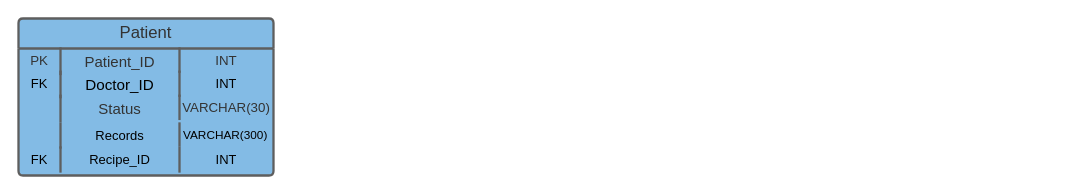
Before: Untitled Diagram.drawio in HostVital-IoT/BackEnd, a draw.io diagram. Source tidied: cells renumbered, new cells numbered last; positions are measured from the earlier drawing's top-left corner, leaving out a move shared by most shapes. Both pictures are drawn from the tidied source at 100%, with x=0, y=0 at pixel (18, 18).
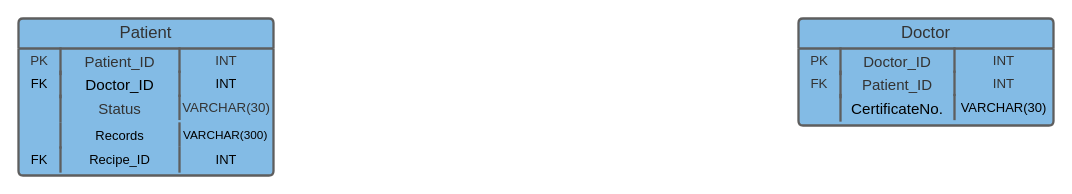
The same page after the edit.

Commit message:
Doctor table

Change to the diagram source:
```diff
@@
+    <mxCell id="18" value="Doctor" style="html=1;overflow=block;blockSpacing=1;whiteSpace=wrap;swimlane;fontStyle=0;swimlaneFillColor=#83bbe5;startSize=30;whiteSpace=wrap;fontSize=16.7;fontColor=#333333;align=center;fillColor=#83bbe5;whiteSpace=wrap;spacing=0;strokeColor=#5e5e5e;strokeOpacity=100;fillOpacity=100;rounded=1;absoluteArcSize=1;arcSize=9;strokeWidth=2.3;" parent="1" vertex="1">
+      <mxGeometry x="780" width="255" height="107" as="geometry" />
+    </mxCell>
+    <mxCell id="19" value="PK" style="strokeColor=none;align=center;verticalAlign=top;spacingLeft=4;spacingRight=4;overflow=hidden;whiteSpace=wrap;swimlaneFillColor=#83bbe5;whiteSpace=wrap;fontSize=13.3;fontColor=#333333;align=center;fillColor=none;strokeOpacity=100;fillOpacity=100;whiteSpace=wrap;spacing=0;rounded=1;absoluteArcSize=1;arcSize=9;strokeWidth=2.3;" parent="18" vertex="1">
+      <mxGeometry y="30" width="42" height="23.2" as="geometry" />
+    </mxCell>
+    <mxCell id="20" value="Doctor_ID" style="shape=partialRectangle;top=0;right=0;bottom=0;align=left;verticalAlign=top;spacingLeft=4;spacingRight=4;overflow=hidden;whiteSpace=wrap;swimlaneFillColor=#83bbe5;whiteSpace=wrap;fontSize=15;fontColor=#333333;align=center;fillColor=none;strokeOpacity=100;fillOpacity=100;whiteSpace=wrap;spacing=0;strokeColor=#5e5e5e;rounded=1;absoluteArcSize=1;arcSize=9;strokeWidth=2.3;" parent="18" vertex="1">
+      <mxGeometry x="42" y="30" width="114" height="25.5" as="geometry" />
+    </mxCell>
+    <mxCell id="21" value="INT" style="shape=partialRectangle;top=0;right=0;bottom=0;align=left;verticalAlign=top;spacingLeft=4;spacingRight=4;overflow=hidden;whiteSpace=wrap;swimlaneFillColor=#83bbe5;whiteSpace=wrap;fontSize=13.3;fontColor=#333333;align=center;fillColor=none;strokeOpacity=100;fillOpacity=100;whiteSpace=wrap;spacing=0;strokeColor=#5e5e5e;rounded=1;absoluteArcSize=1;arcSize=9;strokeWidth=2.3;" parent="18" vertex="1">
+      <mxGeometry x="156" y="30" width="99" height="23.2" as="geometry" />
+    </mxCell>
+    <mxCell id="22" value="FK" style="strokeColor=none;align=center;verticalAlign=top;spacingLeft=4;spacingRight=4;overflow=hidden;whiteSpace=wrap;swimlaneFillColor=#83bbe5;whiteSpace=wrap;fontSize=13.3;fontColor=#333333;align=center;fillColor=none;strokeOpacity=100;fillOpacity=100;whiteSpace=wrap;spacing=0;rounded=1;absoluteArcSize=1;arcSize=9;strokeWidth=2.3;" parent="18" vertex="1">
+      <mxGeometry y="53.2" width="42" height="23.2" as="geometry" />
+    </mxCell>
+    <mxCell id="23" value="Patient_ID" style="shape=partialRectangle;top=0;right=0;bottom=0;align=left;verticalAlign=top;spacingLeft=4;spacingRight=4;overflow=hidden;whiteSpace=wrap;swimlaneFillColor=#83bbe5;whiteSpace=wrap;fontSize=15;fontColor=#333333;align=center;fillColor=none;strokeOpacity=100;fillOpacity=100;whiteSpace=wrap;spacing=0;strokeColor=#5e5e5e;rounded=1;absoluteArcSize=1;arcSize=9;strokeWidth=2.3;" parent="18" vertex="1">
+      <mxGeometry x="42" y="53.2" width="114" height="25.5" as="geometry" />
+    </mxCell>
+    <mxCell id="24" value="INT" style="shape=partialRectangle;top=0;right=0;bottom=0;align=left;verticalAlign=top;spacingLeft=4;spacingRight=4;overflow=hidden;whiteSpace=wrap;swimlaneFillColor=#83bbe5;whiteSpace=wrap;fontSize=13.3;fontColor=#333333;align=center;fillColor=none;strokeOpacity=100;fillOpacity=100;whiteSpace=wrap;spacing=0;strokeColor=#5e5e5e;rounded=1;absoluteArcSize=1;arcSize=9;strokeWidth=2.3;" parent="18" vertex="1">
+      <mxGeometry x="156" y="53.2" width="99" height="23.2" as="geometry" />
+    </mxCell>
+    <mxCell id="25" style="strokeColor=none;align=center;verticalAlign=top;spacingLeft=4;spacingRight=4;overflow=hidden;whiteSpace=wrap;swimlaneFillColor=#83bbe5;whiteSpace=wrap;fontSize=13;fillColor=none;strokeOpacity=100;fillOpacity=100;whiteSpace=wrap;spacing=0;rounded=1;absoluteArcSize=1;arcSize=9;strokeWidth=2.3;" parent="18" vertex="1">
+      <mxGeometry y="76.5" width="42" height="24" as="geometry" />
+    </mxCell>
+    <mxCell id="26" value="CertificateNo." style="shape=partialRectangle;top=0;right=0;bottom=0;align=left;verticalAlign=top;spacingLeft=4;spacingRight=4;overflow=hidden;whiteSpace=wrap;swimlaneFillColor=#83bbe5;whiteSpace=wrap;fontSize=15.2;align=center;fillColor=none;strokeOpacity=100;fillOpacity=100;whiteSpace=wrap;spacing=0;strokeColor=#5e5e5e;rounded=1;absoluteArcSize=1;arcSize=9;strokeWidth=2.3;" parent="18" vertex="1">
+      <mxGeometry x="42" y="76.5" width="114" height="25.5" as="geometry" />
+    </mxCell>
+    <mxCell id="27" value="VARCHAR(30)" style="shape=partialRectangle;top=0;right=0;bottom=0;align=left;verticalAlign=top;spacingLeft=4;spacingRight=4;overflow=hidden;whiteSpace=wrap;swimlaneFillColor=#83bbe5;whiteSpace=wrap;fontSize=13;align=center;fillColor=none;strokeOpacity=100;fillOpacity=100;whiteSpace=wrap;spacing=0;strokeColor=#5e5e5e;rounded=1;absoluteArcSize=1;arcSize=9;strokeWidth=2.3;" parent="18" vertex="1">
+      <mxGeometry x="156" y="76.5" width="99" height="24" as="geometry" />
+    </mxCell>
```
